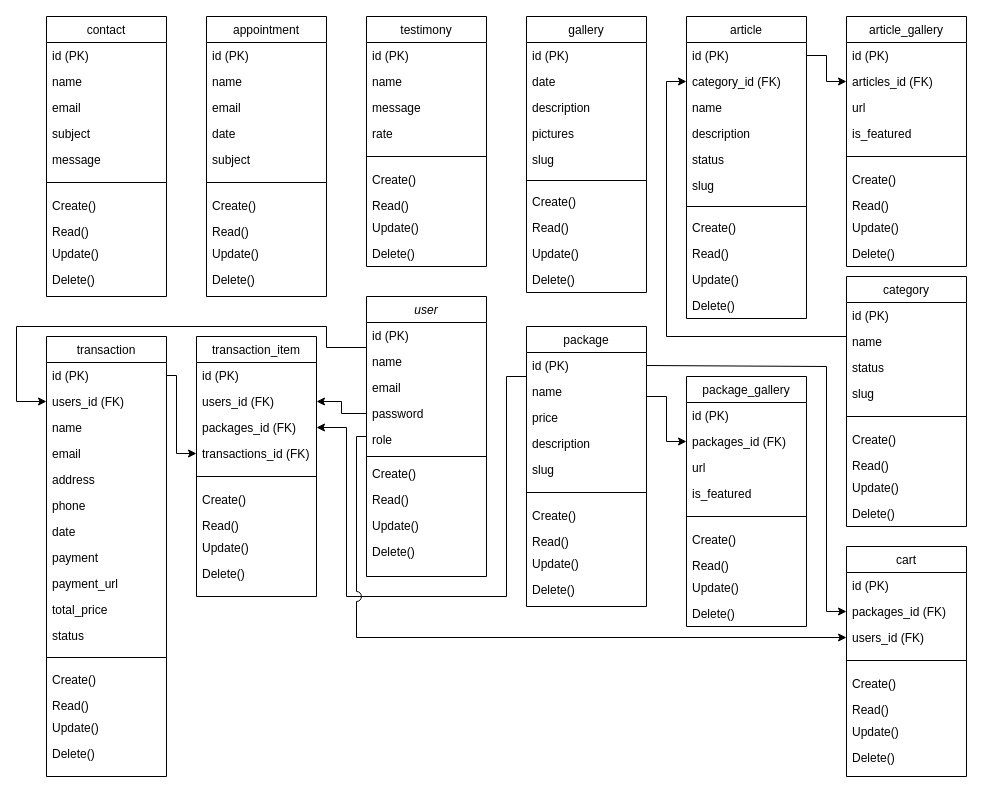
Above: diagram/Class Diagram.drawio in wepro-v/asset (draw.io), before the change. Source tidied: cells renumbered, new cells numbered last; positions are measured from the earlier drawing's top-left corner, leaving out a move shared by most shapes. Both pictures are drawn from the tidied source at 100%, with x=0, y=0 at pixel (16, 16).
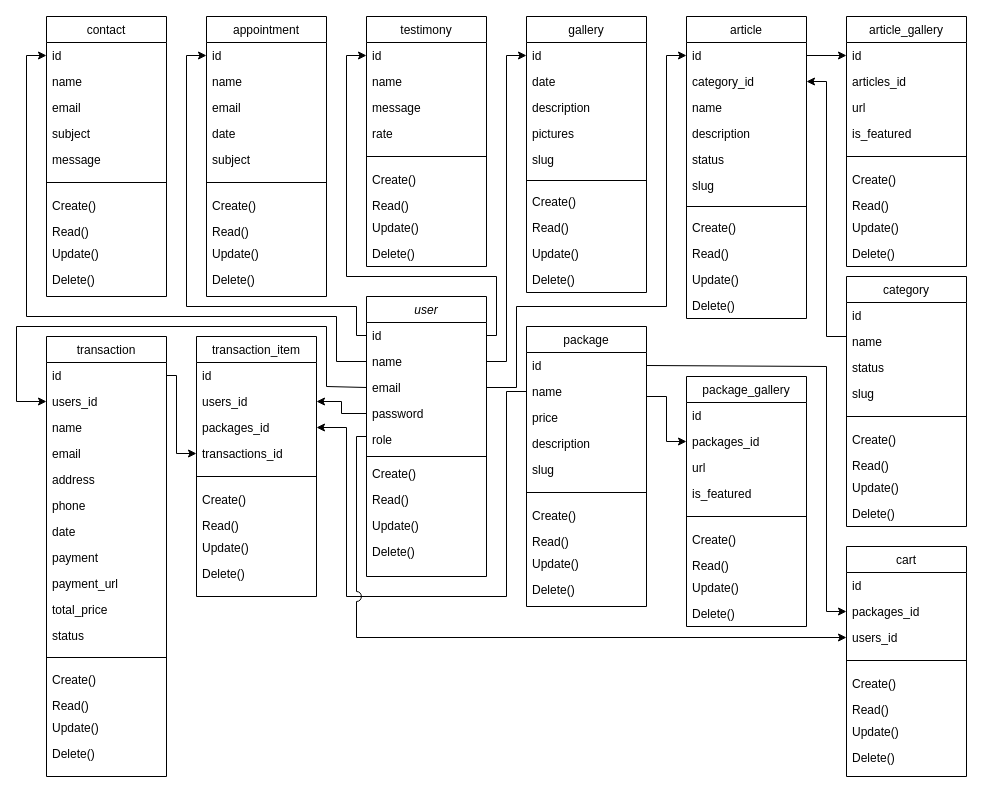
Above is the later version.

Unchanged cells that the change refers to:
```xml
<mxCell id="2" value="user" style="swimlane;fontStyle=2;align=center;verticalAlign=top;horizontal=1;startSize=26;rounded=0;shadow=0;strokeWidth=1;" parent="1" vertex="1">
  <mxGeometry x="350" y="280" width="120" height="280" as="geometry" />
</mxCell>
<mxCell id="4" value="name" style="text;align=left;verticalAlign=top;spacingLeft=4;spacingRight=4;overflow=hidden;points=[[0,0.5],[1,0.5]];portConstraint=eastwest;rounded=0;shadow=0;html=0;" parent="2" vertex="1">
  <mxGeometry y="52" width="120" height="26" as="geometry" />
</mxCell>
<mxCell id="5" value="email" style="text;align=left;verticalAlign=top;spacingLeft=4;spacingRight=4;overflow=hidden;points=[[0,0.5],[1,0.5]];portConstraint=eastwest;" parent="2" vertex="1">
  <mxGeometry y="78" width="120" height="26" as="geometry" />
</mxCell>
<mxCell id="13" value="package" style="swimlane;fontStyle=0;align=center;verticalAlign=top;horizontal=1;startSize=26;rounded=0;shadow=0;strokeWidth=1;" parent="1" vertex="1">
  <mxGeometry x="510" y="310" width="120" height="280" as="geometry" />
</mxCell>
<mxCell id="15" value="name" style="text;align=left;verticalAlign=top;spacingLeft=4;spacingRight=4;overflow=hidden;points=[[0,0.5],[1,0.5]];portConstraint=eastwest;rounded=0;shadow=0;html=0;" parent="13" vertex="1">
  <mxGeometry y="52" width="120" height="26" as="geometry" />
</mxCell>
<mxCell id="24" value="article" style="swimlane;fontStyle=0;align=center;verticalAlign=top;horizontal=1;startSize=26;rounded=0;shadow=0;strokeWidth=1;" parent="1" vertex="1">
  <mxGeometry x="670" width="120" height="302" as="geometry" />
</mxCell>
<mxCell id="36" value="gallery" style="swimlane;fontStyle=0;align=center;verticalAlign=top;horizontal=1;startSize=26;rounded=0;shadow=0;strokeWidth=1;" parent="1" vertex="1">
  <mxGeometry x="510" width="120" height="276" as="geometry" />
</mxCell>
<mxCell id="47" value="appointment" style="swimlane;fontStyle=0;align=center;verticalAlign=top;horizontal=1;startSize=26;rounded=0;shadow=0;strokeWidth=1;" parent="1" vertex="1">
  <mxGeometry x="190" width="120" height="280" as="geometry" />
</mxCell>
<mxCell id="58" value="transaction" style="swimlane;fontStyle=0;align=center;verticalAlign=top;horizontal=1;startSize=26;rounded=0;shadow=0;strokeWidth=1;" parent="1" vertex="1">
  <mxGeometry x="30" y="320" width="120" height="440" as="geometry" />
</mxCell>
<mxCell id="75" value="package_gallery" style="swimlane;fontStyle=0;align=center;verticalAlign=top;horizontal=1;startSize=26;rounded=0;shadow=0;strokeWidth=1;" parent="1" vertex="1">
  <mxGeometry x="670" y="360" width="120" height="250" as="geometry" />
</mxCell>
<mxCell id="86" value="article_gallery" style="swimlane;fontStyle=0;align=center;verticalAlign=top;horizontal=1;startSize=26;rounded=0;shadow=0;strokeWidth=1;" parent="1" vertex="1">
  <mxGeometry x="830" width="120" height="250" as="geometry" />
</mxCell>
<mxCell id="96" value="transaction_item&#10;" style="swimlane;fontStyle=0;align=center;verticalAlign=top;horizontal=1;startSize=26;rounded=0;shadow=0;strokeWidth=1;" parent="1" vertex="1">
  <mxGeometry x="180" y="320" width="120" height="260" as="geometry" />
</mxCell>
<mxCell id="106" value="contact" style="swimlane;fontStyle=0;align=center;verticalAlign=top;horizontal=1;startSize=26;rounded=0;shadow=0;strokeWidth=1;" parent="1" vertex="1">
  <mxGeometry x="30" width="120" height="280" as="geometry" />
</mxCell>
<mxCell id="117" value="cart" style="swimlane;fontStyle=0;align=center;verticalAlign=top;horizontal=1;startSize=26;rounded=0;shadow=0;strokeWidth=1;" parent="1" vertex="1">
  <mxGeometry x="830" y="530" width="120" height="230" as="geometry" />
</mxCell>
<mxCell id="126" value="category" style="swimlane;fontStyle=0;align=center;verticalAlign=top;horizontal=1;startSize=26;rounded=0;shadow=0;strokeWidth=1;" parent="1" vertex="1">
  <mxGeometry x="830" y="260" width="120" height="250" as="geometry" />
</mxCell>
<mxCell id="136" value="testimony" style="swimlane;fontStyle=0;align=center;verticalAlign=top;horizontal=1;startSize=26;rounded=0;shadow=0;strokeWidth=1;" parent="1" vertex="1">
  <mxGeometry x="350" width="120" height="250" as="geometry" />
</mxCell>
```

Change to the diagram source:
```diff
@@
-    <mxCell id="3" value="id (PK)" style="text;align=left;verticalAlign=top;spacingLeft=4;spacingRight=4;overflow=hidden;points=[[0,0.5],[1,0.5]];portConstraint=eastwest;" parent="2" vertex="1">
+    <mxCell id="3" value="id " style="text;align=left;verticalAlign=top;spacingLeft=4;spacingRight=4;overflow=hidden;points=[[0,0.5],[1,0.5]];portConstraint=eastwest;" parent="2" vertex="1">
       <mxGeometry y="26" width="120" height="26" as="geometry" />
     </mxCell>
@@
-    <mxCell id="14" value="id (PK)" style="text;align=left;verticalAlign=top;spacingLeft=4;spacingRight=4;overflow=hidden;points=[[0,0.5],[1,0.5]];portConstraint=eastwest;" parent="13" vertex="1">
+    <mxCell id="14" value="id " style="text;align=left;verticalAlign=top;spacingLeft=4;spacingRight=4;overflow=hidden;points=[[0,0.5],[1,0.5]];portConstraint=eastwest;" parent="13" vertex="1">
       <mxGeometry y="26" width="120" height="26" as="geometry" />
     </mxCell>
@@
-    <mxCell id="25" value="id (PK)" style="text;align=left;verticalAlign=top;spacingLeft=4;spacingRight=4;overflow=hidden;points=[[0,0.5],[1,0.5]];portConstraint=eastwest;" parent="24" vertex="1">
+    <mxCell id="25" value="id " style="text;align=left;verticalAlign=top;spacingLeft=4;spacingRight=4;overflow=hidden;points=[[0,0.5],[1,0.5]];portConstraint=eastwest;" parent="24" vertex="1">
       <mxGeometry y="26" width="120" height="26" as="geometry" />
     </mxCell>
-    <mxCell id="26" value="category_id (FK)" style="text;align=left;verticalAlign=top;spacingLeft=4;spacingRight=4;overflow=hidden;points=[[0,0.5],[1,0.5]];portConstraint=eastwest;rounded=0;shadow=0;html=0;" parent="24" vertex="1">
+    <mxCell id="26" value="category_id " style="text;align=left;verticalAlign=top;spacingLeft=4;spacingRight=4;overflow=hidden;points=[[0,0.5],[1,0.5]];portConstraint=eastwest;rounded=0;shadow=0;html=0;" parent="24" vertex="1">
       <mxGeometry y="52" width="120" height="26" as="geometry" />
     </mxCell>
@@
-    <mxCell id="37" value="id (PK)" style="text;align=left;verticalAlign=top;spacingLeft=4;spacingRight=4;overflow=hidden;points=[[0,0.5],[1,0.5]];portConstraint=eastwest;" parent="36" vertex="1">
+    <mxCell id="37" value="id " style="text;align=left;verticalAlign=top;spacingLeft=4;spacingRight=4;overflow=hidden;points=[[0,0.5],[1,0.5]];portConstraint=eastwest;" parent="36" vertex="1">
       <mxGeometry y="26" width="120" height="26" as="geometry" />
     </mxCell>
@@
-    <mxCell id="48" value="id (PK)" style="text;align=left;verticalAlign=top;spacingLeft=4;spacingRight=4;overflow=hidden;points=[[0,0.5],[1,0.5]];portConstraint=eastwest;" parent="47" vertex="1">
+    <mxCell id="48" value="id " style="text;align=left;verticalAlign=top;spacingLeft=4;spacingRight=4;overflow=hidden;points=[[0,0.5],[1,0.5]];portConstraint=eastwest;" parent="47" vertex="1">
       <mxGeometry y="26" width="120" height="26" as="geometry" />
     </mxCell>
@@
-    <mxCell id="59" value="id (PK)" style="text;align=left;verticalAlign=top;spacingLeft=4;spacingRight=4;overflow=hidden;points=[[0,0.5],[1,0.5]];portConstraint=eastwest;" parent="58" vertex="1">
+    <mxCell id="59" value="id " style="text;align=left;verticalAlign=top;spacingLeft=4;spacingRight=4;overflow=hidden;points=[[0,0.5],[1,0.5]];portConstraint=eastwest;" parent="58" vertex="1">
       <mxGeometry y="26" width="120" height="26" as="geometry" />
     </mxCell>
-    <mxCell id="60" value="users_id (FK)&#10;" style="text;align=left;verticalAlign=top;spacingLeft=4;spacingRight=4;overflow=hidden;points=[[0,0.5],[1,0.5]];portConstraint=eastwest;rounded=0;shadow=0;html=0;" parent="58" vertex="1">
+    <mxCell id="60" value="users_id " style="text;align=left;verticalAlign=top;spacingLeft=4;spacingRight=4;overflow=hidden;points=[[0,0.5],[1,0.5]];portConstraint=eastwest;rounded=0;shadow=0;html=0;" parent="58" vertex="1">
       <mxGeometry y="52" width="120" height="26" as="geometry" />
     </mxCell>
@@
-    <mxCell id="76" value="id (PK)" style="text;align=left;verticalAlign=top;spacingLeft=4;spacingRight=4;overflow=hidden;" parent="75" vertex="1">
+    <mxCell id="76" value="id " style="text;align=left;verticalAlign=top;spacingLeft=4;spacingRight=4;overflow=hidden;" parent="75" vertex="1">
       <mxGeometry y="26" width="120" height="26" as="geometry" />
     </mxCell>
-    <mxCell id="77" value="packages_id (FK)" style="text;align=left;verticalAlign=top;spacingLeft=4;spacingRight=4;overflow=hidden;points=[[0,0.5],[1,0.5]];portConstraint=eastwest;rounded=0;shadow=0;html=0;" parent="75" vertex="1">
+    <mxCell id="77" value="packages_id " style="text;align=left;verticalAlign=top;spacingLeft=4;spacingRight=4;overflow=hidden;points=[[0,0.5],[1,0.5]];portConstraint=eastwest;rounded=0;shadow=0;html=0;" parent="75" vertex="1">
       <mxGeometry y="52" width="120" height="26" as="geometry" />
     </mxCell>
@@
-    <mxCell id="87" value="id (PK)" style="text;align=left;verticalAlign=top;spacingLeft=4;spacingRight=4;overflow=hidden;points=[[0,0.5],[1,0.5]];portConstraint=eastwest;" parent="86" vertex="1">
+    <mxCell id="87" value="id " style="text;align=left;verticalAlign=top;spacingLeft=4;spacingRight=4;overflow=hidden;points=[[0,0.5],[1,0.5]];portConstraint=eastwest;" parent="86" vertex="1">
       <mxGeometry y="26" width="120" height="26" as="geometry" />
     </mxCell>
-    <mxCell id="88" value="articles_id (FK)&#10;" style="text;align=left;verticalAlign=top;spacingLeft=4;spacingRight=4;overflow=hidden;points=[[0,0.5],[1,0.5]];portConstraint=eastwest;rounded=0;shadow=0;html=0;" parent="86" vertex="1">
+    <mxCell id="88" value="articles_id " style="text;align=left;verticalAlign=top;spacingLeft=4;spacingRight=4;overflow=hidden;points=[[0,0.5],[1,0.5]];portConstraint=eastwest;rounded=0;shadow=0;html=0;" parent="86" vertex="1">
       <mxGeometry y="52" width="120" height="26" as="geometry" />
     </mxCell>
@@
-    <mxCell id="97" value="id (PK)" style="text;align=left;verticalAlign=top;spacingLeft=4;spacingRight=4;overflow=hidden;" parent="96" vertex="1">
+    <mxCell id="97" value="id" style="text;align=left;verticalAlign=top;spacingLeft=4;spacingRight=4;overflow=hidden;" parent="96" vertex="1">
       <mxGeometry y="26" width="120" height="26" as="geometry" />
     </mxCell>
-    <mxCell id="98" value="users_id (FK)" style="text;align=left;verticalAlign=top;spacingLeft=4;spacingRight=4;overflow=hidden;points=[[0,0.5],[1,0.5]];portConstraint=eastwest;rounded=0;shadow=0;html=0;" parent="96" vertex="1">
+    <mxCell id="98" value="users_id " style="text;align=left;verticalAlign=top;spacingLeft=4;spacingRight=4;overflow=hidden;points=[[0,0.5],[1,0.5]];portConstraint=eastwest;rounded=0;shadow=0;html=0;" parent="96" vertex="1">
       <mxGeometry y="52" width="120" height="26" as="geometry" />
     </mxCell>
-    <mxCell id="99" value="packages_id (FK)" style="text;align=left;verticalAlign=top;spacingLeft=4;spacingRight=4;overflow=hidden;points=[[0,0.5],[1,0.5]];portConstraint=eastwest;rounded=0;shadow=0;html=0;" parent="96" vertex="1">
+    <mxCell id="99" value="packages_id " style="text;align=left;verticalAlign=top;spacingLeft=4;spacingRight=4;overflow=hidden;points=[[0,0.5],[1,0.5]];portConstraint=eastwest;rounded=0;shadow=0;html=0;" parent="96" vertex="1">
       <mxGeometry y="78" width="120" height="26" as="geometry" />
     </mxCell>
-    <mxCell id="100" value="transactions_id (FK)" style="text;align=left;verticalAlign=top;spacingLeft=4;spacingRight=4;overflow=hidden;points=[[0,0.5],[1,0.5]];portConstraint=eastwest;rounded=0;shadow=0;html=0;" parent="96" vertex="1">
+    <mxCell id="100" value="transactions_id " style="text;align=left;verticalAlign=top;spacingLeft=4;spacingRight=4;overflow=hidden;points=[[0,0.5],[1,0.5]];portConstraint=eastwest;rounded=0;shadow=0;html=0;" parent="96" vertex="1">
       <mxGeometry y="104" width="120" height="26" as="geometry" />
     </mxCell>
@@
-    <mxCell id="107" value="id (PK)" style="text;align=left;verticalAlign=top;spacingLeft=4;spacingRight=4;overflow=hidden;points=[[0,0.5],[1,0.5]];portConstraint=eastwest;" parent="106" vertex="1">
+    <mxCell id="107" value="id " style="text;align=left;verticalAlign=top;spacingLeft=4;spacingRight=4;overflow=hidden;points=[[0,0.5],[1,0.5]];portConstraint=eastwest;" parent="106" vertex="1">
       <mxGeometry y="26" width="120" height="26" as="geometry" />
     </mxCell>
@@
-    <mxCell id="118" value="id (PK)" style="text;align=left;verticalAlign=top;spacingLeft=4;spacingRight=4;overflow=hidden;" parent="117" vertex="1">
+    <mxCell id="118" value="id " style="text;align=left;verticalAlign=top;spacingLeft=4;spacingRight=4;overflow=hidden;" parent="117" vertex="1">
       <mxGeometry y="26" width="120" height="26" as="geometry" />
     </mxCell>
-    <mxCell id="119" value="packages_id (FK)" style="text;align=left;verticalAlign=top;spacingLeft=4;spacingRight=4;overflow=hidden;points=[[0,0.5],[1,0.5]];portConstraint=eastwest;rounded=0;shadow=0;html=0;" parent="117" vertex="1">
+    <mxCell id="119" value="packages_id " style="text;align=left;verticalAlign=top;spacingLeft=4;spacingRight=4;overflow=hidden;points=[[0,0.5],[1,0.5]];portConstraint=eastwest;rounded=0;shadow=0;html=0;" parent="117" vertex="1">
       <mxGeometry y="52" width="120" height="26" as="geometry" />
     </mxCell>
-    <mxCell id="120" value="users_id (FK)" style="text;align=left;verticalAlign=top;spacingLeft=4;spacingRight=4;overflow=hidden;points=[[0,0.5],[1,0.5]];portConstraint=eastwest;rounded=0;shadow=0;html=0;" parent="117" vertex="1">
+    <mxCell id="120" value="users_id " style="text;align=left;verticalAlign=top;spacingLeft=4;spacingRight=4;overflow=hidden;points=[[0,0.5],[1,0.5]];portConstraint=eastwest;rounded=0;shadow=0;html=0;" parent="117" vertex="1">
       <mxGeometry y="78" width="120" height="26" as="geometry" />
     </mxCell>
@@
-    <mxCell id="127" value="id (PK)" style="text;align=left;verticalAlign=top;spacingLeft=4;spacingRight=4;overflow=hidden;points=[[0,0.5],[1,0.5]];portConstraint=eastwest;" parent="126" vertex="1">
+    <mxCell id="127" value="id " style="text;align=left;verticalAlign=top;spacingLeft=4;spacingRight=4;overflow=hidden;points=[[0,0.5],[1,0.5]];portConstraint=eastwest;" parent="126" vertex="1">
       <mxGeometry y="26" width="120" height="26" as="geometry" />
     </mxCell>
@@
-    <mxCell id="137" value="id (PK)" style="text;align=left;verticalAlign=top;spacingLeft=4;spacingRight=4;overflow=hidden;points=[[0,0.5],[1,0.5]];portConstraint=eastwest;" parent="136" vertex="1">
+    <mxCell id="137" value="id " style="text;align=left;verticalAlign=top;spacingLeft=4;spacingRight=4;overflow=hidden;points=[[0,0.5],[1,0.5]];portConstraint=eastwest;" parent="136" vertex="1">
       <mxGeometry y="26" width="120" height="26" as="geometry" />
     </mxCell>
@@
-    <mxCell id="146" style="edgeStyle=orthogonalEdgeStyle;rounded=0;jettySize=auto;html=1;entryX=1;entryY=0.5;entryDx=0;entryDy=0;jumpStyle=arc;" parent="1" edge="1" target="99">
+    <mxCell id="146" style="edgeStyle=orthogonalEdgeStyle;rounded=0;jettySize=auto;html=1;entryX=1;entryY=0.5;entryDx=0;entryDy=0;jumpStyle=arc;exitX=0;exitY=0.5;exitDx=0;exitDy=0;" parent="1" edge="1" source="15" target="99">
       <mxGeometry relative="1" as="geometry">
-        <mxPoint x="510" y="360" as="sourcePoint" />
         <Array as="points">
-          <mxPoint x="490" y="360" />
+          <mxPoint x="490" y="375" />
           <mxPoint x="490" y="580" />
           <mxPoint x="330" y="580" />
           <mxPoint x="330" y="411" />
         </Array>
       </mxGeometry>
     </mxCell>
@@
-    <mxCell id="148" style="edgeStyle=orthogonalEdgeStyle;rounded=0;jettySize=auto;html=1;entryX=0;entryY=0.5;entryDx=0;entryDy=0;exitX=0;exitY=0.5;exitDx=0;exitDy=0;" parent="1" edge="1" source="127" target="26">
+    <mxCell id="148" style="edgeStyle=orthogonalEdgeStyle;rounded=0;jettySize=auto;html=1;entryX=1;entryY=0.5;entryDx=0;entryDy=0;exitX=0;exitY=0.5;exitDx=0;exitDy=0;" parent="1" edge="1" source="127" target="26">
       <mxGeometry relative="1" as="geometry">
         <Array as="points">
           <mxPoint x="830" y="320" />
-          <mxPoint x="650" y="320" />
-          <mxPoint x="650" y="65" />
+          <mxPoint x="810" y="320" />
+          <mxPoint x="810" y="65" />
         </Array>
       </mxGeometry>
     </mxCell>
     <mxCell id="149" style="edgeStyle=orthogonalEdgeStyle;rounded=0;jettySize=auto;html=1;entryX=0;entryY=0.5;entryDx=0;entryDy=0;exitX=0;exitY=0.5;exitDx=0;exitDy=0;jumpStyle=arc;jumpSize=10;" parent="1" edge="1" source="5" target="60">
       <mxGeometry relative="1" as="geometry">
         <Array as="points">
-          <mxPoint x="310" y="331" />
+          <mxPoint x="350" y="370" />
+          <mxPoint x="310" y="370" />
           <mxPoint x="310" y="310" />
           <mxPoint y="310" />
           <mxPoint y="385" />
         </Array>
       </mxGeometry>
     </mxCell>
-    <mxCell id="150" style="edgeStyle=orthogonalEdgeStyle;rounded=0;jettySize=auto;html=1;exitX=1;exitY=0.5;exitDx=0;exitDy=0;entryX=0;entryY=0.5;entryDx=0;entryDy=0;" parent="1" edge="1" source="25" target="88">
+    <mxCell id="150" style="edgeStyle=orthogonalEdgeStyle;rounded=0;jettySize=auto;html=1;exitX=1;exitY=0.5;exitDx=0;exitDy=0;entryX=0;entryY=0.5;entryDx=0;entryDy=0;" parent="1" edge="1" source="25" target="87">
       <mxGeometry relative="1" as="geometry" />
     </mxCell>
@@
+    <mxCell id="154" style="edgeStyle=orthogonalEdgeStyle;rounded=0;jettySize=auto;html=1;exitX=0;exitY=0.5;exitDx=0;exitDy=0;entryX=0;entryY=0.5;entryDx=0;entryDy=0;" parent="1" edge="1" source="4" target="107">
+      <mxGeometry relative="1" as="geometry">
+        <Array as="points">
+          <mxPoint x="320" y="345" />
+          <mxPoint x="320" y="300" />
+          <mxPoint x="10" y="300" />
+          <mxPoint x="10" y="39" />
+        </Array>
+      </mxGeometry>
+    </mxCell>
+    <mxCell id="155" style="edgeStyle=orthogonalEdgeStyle;rounded=0;jettySize=auto;html=1;exitX=0;exitY=0.5;exitDx=0;exitDy=0;entryX=0;entryY=0.5;entryDx=0;entryDy=0;" parent="1" edge="1" source="3" target="48">
+      <mxGeometry relative="1" as="geometry">
+        <Array as="points">
+          <mxPoint x="340" y="319" />
+          <mxPoint x="340" y="290" />
+          <mxPoint x="170" y="290" />
+          <mxPoint x="170" y="39" />
+        </Array>
+      </mxGeometry>
+    </mxCell>
+    <mxCell id="156" style="edgeStyle=orthogonalEdgeStyle;rounded=0;jettySize=auto;html=1;entryX=0;entryY=0.5;entryDx=0;entryDy=0;exitX=1;exitY=0.5;exitDx=0;exitDy=0;" parent="1" edge="1" source="3" target="137">
+      <mxGeometry relative="1" as="geometry">
+        <Array as="points">
+          <mxPoint x="480" y="319" />
+          <mxPoint x="480" y="260" />
+          <mxPoint x="330" y="260" />
+          <mxPoint x="330" y="39" />
+        </Array>
+      </mxGeometry>
+    </mxCell>
+    <mxCell id="157" style="edgeStyle=orthogonalEdgeStyle;rounded=0;jettySize=auto;html=1;exitX=1;exitY=0.5;exitDx=0;exitDy=0;entryX=0;entryY=0.5;entryDx=0;entryDy=0;" parent="1" edge="1" source="4" target="37">
+      <mxGeometry relative="1" as="geometry">
+        <Array as="points">
+          <mxPoint x="490" y="345" />
+          <mxPoint x="490" y="39" />
+        </Array>
+      </mxGeometry>
+    </mxCell>
+    <mxCell id="158" style="edgeStyle=orthogonalEdgeStyle;rounded=0;jettySize=auto;html=1;exitX=1;exitY=0.5;exitDx=0;exitDy=0;entryX=0;entryY=0.5;entryDx=0;entryDy=0;jumpStyle=arc;jumpSize=10;" parent="1" edge="1" source="5" target="25">
+      <mxGeometry relative="1" as="geometry">
+        <Array as="points">
+          <mxPoint x="500" y="371" />
+          <mxPoint x="500" y="290" />
+          <mxPoint x="650" y="290" />
+          <mxPoint x="650" y="39" />
+        </Array>
+      </mxGeometry>
+    </mxCell>
```
